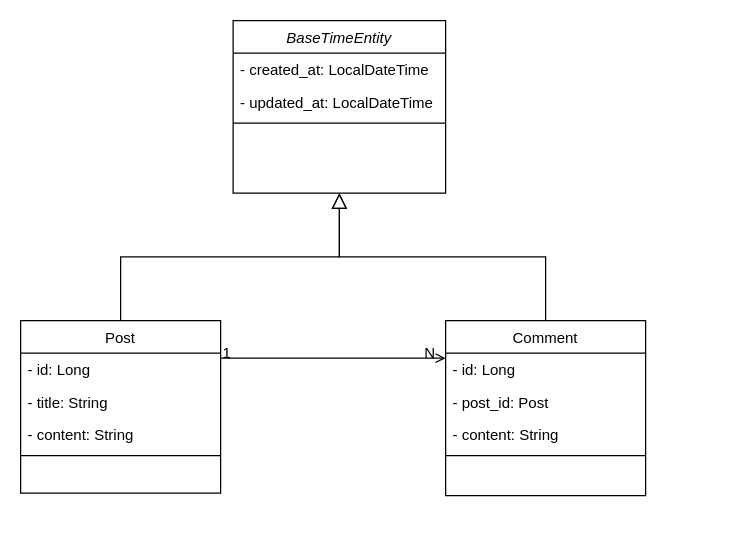
Before: diagram/class-diagram.drawio in p-seonggeun/basic-board, a draw.io diagram. Source tidied: cells renumbered, new cells numbered last; positions are measured from the earlier drawing's top-left corner, leaving out a move shared by most shapes. Both pictures are drawn from the tidied source at 125%, with x=0, y=0 at pixel (20, 20).
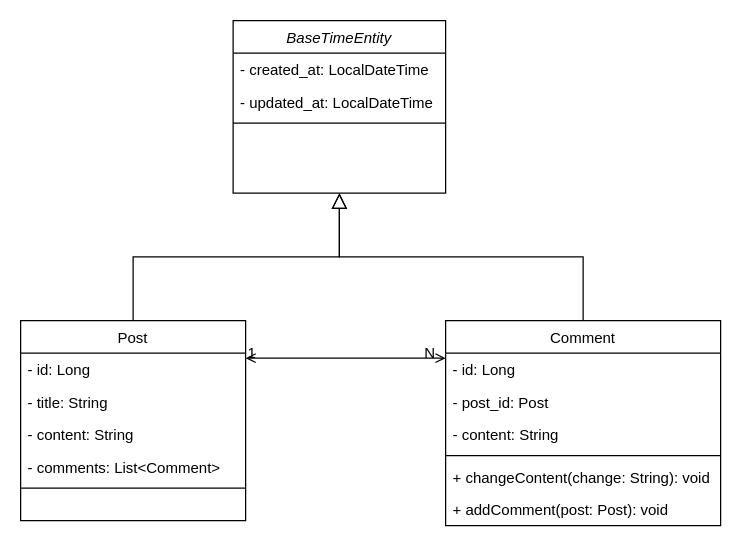
The same page after the edit.

Commit message (it also covers changes not shown here):
docs: 다이어그램 수정

Diff of the diagram source:
```diff
@@
     <mxCell id="6" value="Post" style="swimlane;fontStyle=0;align=center;verticalAlign=top;horizontal=1;startSize=26;rounded=0;shadow=0;strokeWidth=1;" parent="1" vertex="1">
-      <mxGeometry y="240" width="160" height="138" as="geometry" />
+      <mxGeometry y="240" width="180" height="160" as="geometry" />
     </mxCell>
     <mxCell id="7" value="- id: Long" style="text;align=left;verticalAlign=top;spacingLeft=4;spacingRight=4;overflow=hidden;" parent="6" vertex="1">
-      <mxGeometry y="26" width="160" height="26" as="geometry" />
+      <mxGeometry y="26" width="180" height="26" as="geometry" />
     </mxCell>
     <mxCell id="8" value="- title: String" style="text;align=left;verticalAlign=top;spacingLeft=4;spacingRight=4;overflow=hidden;" parent="6" vertex="1">
-      <mxGeometry y="52" width="160" height="26" as="geometry" />
+      <mxGeometry y="52" width="180" height="26" as="geometry" />
     </mxCell>
     <mxCell id="9" value="- content: String" style="text;align=left;verticalAlign=top;spacingLeft=4;spacingRight=4;overflow=hidden;rounded=0;shadow=0;html=0;" parent="6" vertex="1">
-      <mxGeometry y="78" width="160" height="26" as="geometry" />
+      <mxGeometry y="78" width="180" height="26" as="geometry" />
     </mxCell>
+    <mxCell id="21" value="- comments: List&lt;Comment&gt;" style="text;align=left;verticalAlign=top;spacingLeft=4;spacingRight=4;overflow=hidden;rounded=0;shadow=0;html=0;" parent="6" vertex="1">
+      <mxGeometry y="104" width="180" height="26" as="geometry" />
+    </mxCell>
     <mxCell id="10" style="line;html=1;strokeWidth=1;align=left;verticalAlign=middle;spacingTop=-1;spacingLeft=3;spacingRight=3;labelPosition=right;" parent="6" vertex="1">
-      <mxGeometry y="104" width="160" height="8" as="geometry" />
+      <mxGeometry y="130" width="180" height="8" as="geometry" />
     </mxCell>
@@
     <mxCell id="12" value="Comment" style="swimlane;fontStyle=0;align=center;verticalAlign=top;horizontal=1;startSize=26;rounded=0;shadow=0;strokeWidth=1;" parent="1" vertex="1">
-      <mxGeometry x="340" y="240" width="160" height="140" as="geometry" />
+      <mxGeometry x="340" y="240" width="220" height="164" as="geometry" />
     </mxCell>
     <mxCell id="13" value="- id: Long" style="text;align=left;verticalAlign=top;spacingLeft=4;spacingRight=4;overflow=hidden;" parent="12" vertex="1">
-      <mxGeometry y="26" width="160" height="26" as="geometry" />
+      <mxGeometry y="26" width="220" height="26" as="geometry" />
     </mxCell>
     <mxCell id="14" value="- post_id: Post" style="text;align=left;verticalAlign=top;spacingLeft=4;spacingRight=4;overflow=hidden;" parent="12" vertex="1">
-      <mxGeometry y="52" width="160" height="26" as="geometry" />
+      <mxGeometry y="52" width="220" height="26" as="geometry" />
     </mxCell>
     <mxCell id="15" value="- content: String" style="text;align=left;verticalAlign=top;spacingLeft=4;spacingRight=4;overflow=hidden;" parent="12" vertex="1">
-      <mxGeometry y="78" width="160" height="26" as="geometry" />
+      <mxGeometry y="78" width="220" height="26" as="geometry" />
     </mxCell>
     <mxCell id="16" style="line;html=1;strokeWidth=1;align=left;verticalAlign=middle;spacingTop=-1;spacingLeft=3;spacingRight=3;labelPosition=right;" parent="12" vertex="1">
-      <mxGeometry y="104" width="160" height="8" as="geometry" />
+      <mxGeometry y="104" width="220" height="8" as="geometry" />
     </mxCell>
+    <mxCell id="22" value="+ changeContent(change: String): void " style="text;align=left;verticalAlign=top;spacingLeft=4;spacingRight=4;overflow=hidden;" parent="12" vertex="1">
+      <mxGeometry y="112" width="220" height="26" as="geometry" />
+    </mxCell>
+    <mxCell id="23" value="+ addComment(post: Post): void" style="text;align=left;verticalAlign=top;spacingLeft=4;spacingRight=4;overflow=hidden;" parent="12" vertex="1">
+      <mxGeometry y="138" width="220" height="26" as="geometry" />
+    </mxCell>
@@
-    <mxCell id="18" style="endArrow=open;shadow=0;strokeWidth=1;rounded=0;curved=0;endFill=1;edgeStyle=elbowEdgeStyle;elbow=vertical;" parent="1" edge="1" source="6" target="12">
+    <mxCell id="18" style="endArrow=open;shadow=0;strokeWidth=1;rounded=0;curved=0;endFill=1;edgeStyle=elbowEdgeStyle;elbow=vertical;startArrow=open;startFill=0;" parent="1" edge="1" source="6" target="12">
       <mxGeometry x="0.5" y="41" relative="1" as="geometry">
         <Array as="points">
           <mxPoint x="250" y="270" />
         </Array>
         <mxPoint x="-40" y="32" as="offset" />
       </mxGeometry>
     </mxCell>
```
